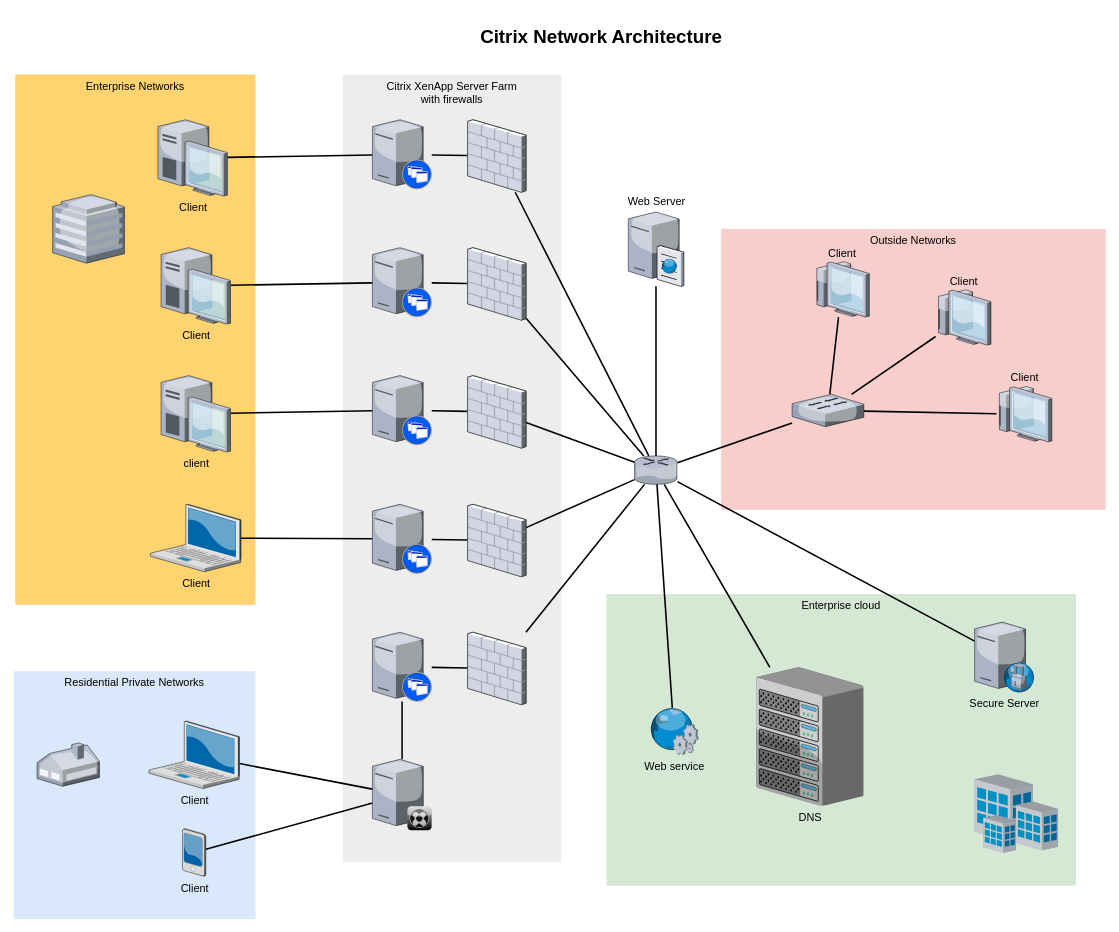
Above: Untitled Diagram.drawio in katieroseman/Project (draw.io), before the change. Source tidied: cells renumbered, new cells numbered last; positions are measured from the earlier drawing's top-left corner, leaving out a move shared by most shapes. Both pictures are drawn from the tidied source at 78%, with x=0, y=0 at pixel (13, 21).
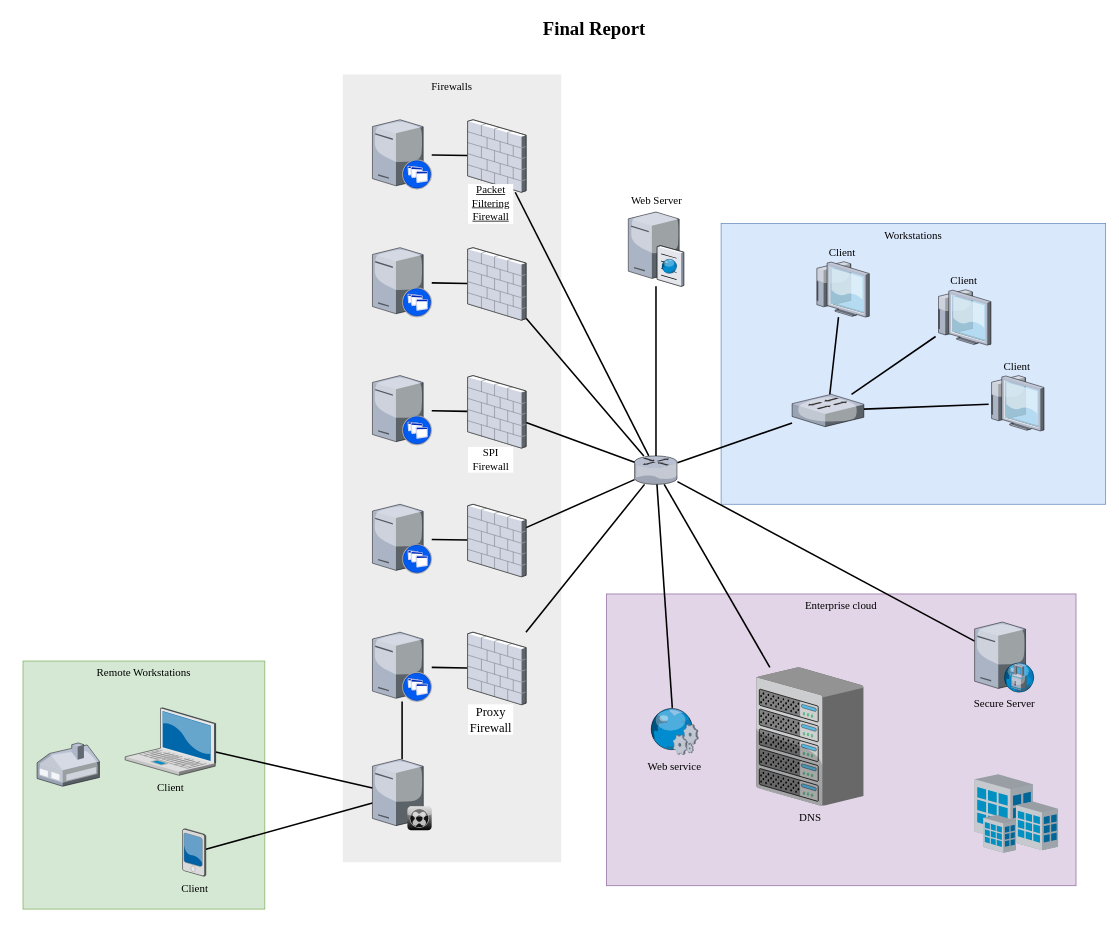
After the change.

The change refers to these unchanged cells:
```xml
<mxCell id="22" style="verticalLabelPosition=bottom;html=1;verticalAlign=top;strokeColor=none;shape=mxgraph.citrix.xenapp_server;fillColor=#66B2FF;gradientColor=#0066CC;fontSize=14;" parent="1" vertex="1">
  <mxGeometry x="460" y="619" width="76" height="89" as="geometry" />
</mxCell>
<mxCell id="24" style="verticalLabelPosition=bottom;html=1;verticalAlign=top;strokeColor=none;shape=mxgraph.citrix.xenapp_server;fillColor=#66B2FF;gradientColor=#0066CC;fontSize=14;" parent="1" vertex="1">
  <mxGeometry x="460" y="454" width="76" height="89" as="geometry" />
</mxCell>
<mxCell id="26" style="verticalLabelPosition=bottom;html=1;verticalAlign=top;strokeColor=none;shape=mxgraph.citrix.xenapp_server;fillColor=#66B2FF;gradientColor=#0066CC;fontSize=14;" parent="1" vertex="1">
  <mxGeometry x="460" y="290" width="76" height="89" as="geometry" />
</mxCell>
<mxCell id="28" style="verticalLabelPosition=bottom;html=1;verticalAlign=top;strokeColor=none;shape=mxgraph.citrix.xenapp_server;fillColor=#66B2FF;gradientColor=#0066CC;fontSize=14;" parent="1" vertex="1">
  <mxGeometry x="460" y="126" width="76" height="89" as="geometry" />
</mxCell>
```

What changed in the source:
```diff
@@
-    <mxCell id="2" value="Outside Networks" style="whiteSpace=wrap;html=1;fillColor=#f8cecc;fontSize=14;strokeColor=none;verticalAlign=top;" parent="1" vertex="1">
-      <mxGeometry x="907" y="266" width="493" height="360" as="geometry" />
+    <mxCell id="2" value="&lt;font face=&quot;Times New Roman&quot;&gt;Workstations&lt;/font&gt;" style="whiteSpace=wrap;html=1;fillColor=#dae8fc;fontSize=14;strokeColor=#6c8ebf;verticalAlign=top;" parent="1" vertex="1">
+      <mxGeometry x="907" y="259" width="493" height="360" as="geometry" />
     </mxCell>
-    <mxCell id="3" value="Enterprise cloud" style="whiteSpace=wrap;html=1;fillColor=#d5e8d4;fontSize=14;strokeColor=none;verticalAlign=top;" parent="1" vertex="1">
+    <mxCell id="3" value="&lt;font face=&quot;Times New Roman&quot;&gt;Enterprise cloud&lt;/font&gt;" style="whiteSpace=wrap;html=1;fillColor=#e1d5e7;fontSize=14;strokeColor=#9673a6;verticalAlign=top;" parent="1" vertex="1">
       <mxGeometry x="760" y="734" width="602" height="374" as="geometry" />
     </mxCell>
-    <mxCell id="4" value="Citrix XenApp Server Farm&lt;div&gt;with firewalls&lt;/div&gt;" style="whiteSpace=wrap;html=1;fillColor=#EDEDED;fontSize=14;strokeColor=none;verticalAlign=top;" parent="1" vertex="1">
+    <mxCell id="4" value="&lt;font face=&quot;Times New Roman&quot;&gt;Firewalls&lt;/font&gt;" style="whiteSpace=wrap;html=1;fillColor=#EDEDED;fontSize=14;strokeColor=none;verticalAlign=top;" parent="1" vertex="1">
       <mxGeometry x="422" y="68" width="280" height="1010" as="geometry" />
     </mxCell>
-    <mxCell id="5" value="Residential Private Networks" style="whiteSpace=wrap;html=1;fillColor=#dae8fc;fontSize=14;strokeColor=none;verticalAlign=top;" parent="1" vertex="1">
-      <mxGeometry y="833" width="310" height="318" as="geometry" />
+    <mxCell id="5" value="&lt;font face=&quot;Times New Roman&quot;&gt;Remote Workstations&lt;/font&gt;" style="whiteSpace=wrap;html=1;fillColor=#d5e8d4;fontSize=14;strokeColor=#82b366;verticalAlign=top;" parent="1" vertex="1">
+      <mxGeometry x="12" y="820" width="310" height="318" as="geometry" />
     </mxCell>
-    <mxCell id="6" value="Enterprise Networks" style="whiteSpace=wrap;html=1;fillColor=#FFD470;gradientColor=none;fontSize=14;strokeColor=none;verticalAlign=top;" parent="1" vertex="1">
-      <mxGeometry x="2" y="68" width="308" height="680" as="geometry" />
-    </mxCell>
@@
-    <mxCell id="8" value="Client" style="verticalLabelPosition=bottom;html=1;verticalAlign=top;strokeColor=none;shape=mxgraph.citrix.laptop_2;fillColor=#66B2FF;gradientColor=#0066CC;fontSize=14;" parent="1" vertex="1">
-      <mxGeometry x="173.5" y="897" width="116" height="86.5" as="geometry" />
+    <mxCell id="8" value="&lt;font face=&quot;Times New Roman&quot;&gt;Client&lt;/font&gt;" style="verticalLabelPosition=bottom;html=1;verticalAlign=top;strokeColor=none;shape=mxgraph.citrix.laptop_2;fillColor=#66B2FF;gradientColor=#0066CC;fontSize=14;" parent="1" vertex="1">
+      <mxGeometry x="143" y="880" width="116" height="86.5" as="geometry" />
     </mxCell>
-    <mxCell id="9" style="edgeStyle=none;rounded=0;html=1;startSize=10;endSize=10;jettySize=auto;fontSize=14;endArrow=none;endFill=0;strokeWidth=2;" parent="1" edge="1" source="10" target="22">
-      <mxGeometry relative="1" as="geometry" />
-    </mxCell>
-    <mxCell id="10" value="Client" style="verticalLabelPosition=bottom;html=1;verticalAlign=top;strokeColor=none;shape=mxgraph.citrix.laptop_2;fillColor=#66B2FF;gradientColor=#0066CC;fontSize=14;" parent="1" vertex="1">
-      <mxGeometry x="175.5" y="619" width="116" height="86.5" as="geometry" />
-    </mxCell>
-    <mxCell id="11" style="edgeStyle=none;rounded=0;html=1;startSize=10;endSize=10;jettySize=auto;fontSize=14;endArrow=none;endFill=0;strokeWidth=2;" parent="1" edge="1" source="12" target="24">
-      <mxGeometry relative="1" as="geometry" />
-    </mxCell>
-    <mxCell id="12" value="client" style="verticalLabelPosition=bottom;html=1;verticalAlign=top;strokeColor=none;shape=mxgraph.citrix.desktop;fillColor=#66B2FF;gradientColor=#0066CC;fontSize=14;" parent="1" vertex="1">
-      <mxGeometry x="189" y="454" width="89" height="98" as="geometry" />
-    </mxCell>
-    <mxCell id="13" style="edgeStyle=none;rounded=0;html=1;startSize=10;endSize=10;jettySize=auto;fontSize=14;endArrow=none;endFill=0;strokeWidth=2;" parent="1" edge="1" source="14" target="26">
-      <mxGeometry relative="1" as="geometry" />
-    </mxCell>
-    <mxCell id="14" value="Client" style="verticalLabelPosition=bottom;html=1;verticalAlign=top;strokeColor=none;shape=mxgraph.citrix.desktop;fillColor=#66B2FF;gradientColor=#0066CC;fontSize=14;" parent="1" vertex="1">
-      <mxGeometry x="189" y="290" width="89" height="98" as="geometry" />
-    </mxCell>
-    <mxCell id="15" style="edgeStyle=none;rounded=0;html=1;startSize=10;endSize=10;jettySize=auto;fontSize=14;endArrow=none;endFill=0;strokeWidth=2;" parent="1" edge="1" source="16" target="28">
-      <mxGeometry relative="1" as="geometry" />
-    </mxCell>
-    <mxCell id="16" value="Client" style="verticalLabelPosition=bottom;html=1;verticalAlign=top;strokeColor=none;shape=mxgraph.citrix.desktop;fillColor=#66B2FF;gradientColor=#0066CC;fontSize=14;" parent="1" vertex="1">
-      <mxGeometry x="185" y="126" width="89" height="98" as="geometry" />
-    </mxCell>
@@
-    <mxCell id="18" value="Client" style="verticalLabelPosition=bottom;html=1;verticalAlign=top;strokeColor=none;shape=mxgraph.citrix.pda;fillColor=#66B2FF;gradientColor=#0066CC;fontSize=14;" parent="1" vertex="1">
+    <mxCell id="18" value="&lt;font face=&quot;Times New Roman&quot;&gt;Client&lt;/font&gt;" style="verticalLabelPosition=bottom;html=1;verticalAlign=top;strokeColor=none;shape=mxgraph.citrix.pda;fillColor=#66B2FF;gradientColor=#0066CC;fontSize=14;" parent="1" vertex="1">
       <mxGeometry x="216.5" y="1035" width="30" height="61" as="geometry" />
     </mxCell>
@@
-    <mxCell id="33" style="verticalLabelPosition=bottom;html=1;verticalAlign=top;strokeColor=none;shape=mxgraph.citrix.router;fillColor=#66B2FF;gradientColor=#0066CC;fontSize=14;" parent="1" vertex="1">
+    <mxCell id="33" style="verticalLabelPosition=bottom;html=1;verticalAlign=top;strokeColor=none;shape=mxgraph.citrix.router;fillColor=#66B2FF;gradientColor=#0066CC;fontSize=14;fontFamily=Times New Roman;" parent="1" vertex="1">
       <mxGeometry x="796" y="557" width="55" height="36.5" as="geometry" />
     </mxCell>
@@
-    <mxCell id="36" value="Web Server" style="verticalLabelPosition=top;html=1;verticalAlign=bottom;strokeColor=none;shape=mxgraph.citrix.cache_server;fillColor=#66B2FF;gradientColor=#0066CC;fontSize=14;labelPosition=center;align=center;" parent="1" vertex="1">
+    <mxCell id="36" value="&lt;font face=&quot;Times New Roman&quot;&gt;Web Server&lt;/font&gt;" style="verticalLabelPosition=top;html=1;verticalAlign=bottom;strokeColor=none;shape=mxgraph.citrix.cache_server;fillColor=#66B2FF;gradientColor=#0066CC;fontSize=14;labelPosition=center;align=center;" parent="1" vertex="1">
       <mxGeometry x="788" y="242" width="71" height="97.5" as="geometry" />
     </mxCell>
-    <mxCell id="37" value="DNS" style="verticalLabelPosition=bottom;html=1;verticalAlign=top;strokeColor=none;shape=mxgraph.citrix.chassis;fillColor=#66B2FF;gradientColor=#0066CC;fontSize=14;" parent="1" vertex="1">
+    <mxCell id="37" value="&lt;font face=&quot;Times New Roman&quot;&gt;DNS&lt;/font&gt;" style="verticalLabelPosition=bottom;html=1;verticalAlign=top;strokeColor=none;shape=mxgraph.citrix.chassis;fillColor=#66B2FF;gradientColor=#0066CC;fontSize=14;" parent="1" vertex="1">
       <mxGeometry x="952" y="828" width="137.5" height="177.5" as="geometry" />
     </mxCell>
@@
-    <mxCell id="49" style="verticalLabelPosition=bottom;html=1;verticalAlign=top;strokeColor=none;shape=mxgraph.citrix.hq_enterprise;fillColor=#66B2FF;gradientColor=#0066CC;fontSize=14;" parent="1" vertex="1">
-      <mxGeometry x="50" y="222" width="92" height="88" as="geometry" />
-    </mxCell>
-    <mxCell id="50" value="Secure Server" style="verticalLabelPosition=bottom;html=1;verticalAlign=top;strokeColor=none;shape=mxgraph.citrix.proxy_server;fillColor=#66B2FF;gradientColor=#0066CC;fontSize=14;" parent="1" vertex="1">
+    <mxCell id="50" value="&lt;font face=&quot;Times New Roman&quot;&gt;Secure Server&lt;/font&gt;" style="verticalLabelPosition=bottom;html=1;verticalAlign=top;strokeColor=none;shape=mxgraph.citrix.proxy_server;fillColor=#66B2FF;gradientColor=#0066CC;fontSize=14;" parent="1" vertex="1">
       <mxGeometry x="1232" y="770" width="76.5" height="90" as="geometry" />
     </mxCell>
@@
-    <mxCell id="55" value="Client" style="verticalLabelPosition=top;html=1;verticalAlign=bottom;strokeColor=none;shape=mxgraph.citrix.thin_client;fillColor=#66B2FF;gradientColor=#0066CC;fontSize=14;labelPosition=center;align=center;" parent="1" vertex="1">
-      <mxGeometry x="1260" y="468" width="71" height="71" as="geometry" />
+    <mxCell id="55" value="&lt;font face=&quot;Times New Roman&quot;&gt;Client&lt;/font&gt;" style="verticalLabelPosition=top;html=1;verticalAlign=bottom;strokeColor=none;shape=mxgraph.citrix.thin_client;fillColor=#66B2FF;gradientColor=#0066CC;fontSize=14;labelPosition=center;align=center;" parent="1" vertex="1">
+      <mxGeometry x="1250" y="454" width="71" height="71" as="geometry" />
     </mxCell>
-    <mxCell id="56" value="Client" style="verticalLabelPosition=top;html=1;verticalAlign=bottom;strokeColor=none;shape=mxgraph.citrix.thin_client;fillColor=#66B2FF;gradientColor=#0066CC;fontSize=14;labelPosition=center;align=center;" parent="1" vertex="1">
+    <mxCell id="56" value="&lt;font face=&quot;Times New Roman&quot;&gt;Client&lt;/font&gt;" style="verticalLabelPosition=top;html=1;verticalAlign=bottom;strokeColor=none;shape=mxgraph.citrix.thin_client;fillColor=#66B2FF;gradientColor=#0066CC;fontSize=14;labelPosition=center;align=center;" parent="1" vertex="1">
       <mxGeometry x="1182" y="344" width="71" height="71" as="geometry" />
     </mxCell>
-    <mxCell id="57" value="Client" style="verticalLabelPosition=top;html=1;verticalAlign=bottom;strokeColor=none;shape=mxgraph.citrix.thin_client;fillColor=#66B2FF;gradientColor=#0066CC;fontSize=14;labelPosition=center;align=center;" parent="1" vertex="1">
+    <mxCell id="57" value="&lt;font face=&quot;Times New Roman&quot;&gt;Client&lt;/font&gt;" style="verticalLabelPosition=top;html=1;verticalAlign=bottom;strokeColor=none;shape=mxgraph.citrix.thin_client;fillColor=#66B2FF;gradientColor=#0066CC;fontSize=14;labelPosition=center;align=center;" parent="1" vertex="1">
       <mxGeometry x="1026" y="308" width="71" height="71" as="geometry" />
     </mxCell>
@@
-    <mxCell id="59" value="Web service" style="verticalLabelPosition=bottom;html=1;verticalAlign=top;strokeColor=none;shape=mxgraph.citrix.web_service;fillColor=#66B2FF;gradientColor=#0066CC;fontSize=14;" parent="1" vertex="1">
+    <mxCell id="59" value="&lt;font face=&quot;Times New Roman&quot;&gt;Web service&lt;/font&gt;" style="verticalLabelPosition=bottom;html=1;verticalAlign=top;strokeColor=none;shape=mxgraph.citrix.web_service;fillColor=#66B2FF;gradientColor=#0066CC;fontSize=14;" parent="1" vertex="1">
       <mxGeometry x="815" y="880" width="63" height="60" as="geometry" />
     </mxCell>
@@
-    <mxCell id="61" value="Citrix Network Architecture" style="text;strokeColor=none;fillColor=none;html=1;fontSize=24;fontStyle=1;verticalAlign=middle;align=center;" parent="1" vertex="1">
-      <mxGeometry x="322" width="861" height="40" as="geometry" />
+    <mxCell id="61" value="&lt;font face=&quot;Times New Roman&quot;&gt;Final Report&lt;/font&gt;" style="text;strokeColor=none;fillColor=none;html=1;fontSize=24;fontStyle=1;verticalAlign=middle;align=center;" parent="1" vertex="1">
+      <mxGeometry x="313" y="-10" width="861" height="40" as="geometry" />
     </mxCell>
+    <mxCell id="62" value="&lt;font size=&quot;1&quot; face=&quot;Times New Roman&quot;&gt;&lt;span style=&quot;font-size: 14px;&quot;&gt;Packet Filtering Firewall&lt;/span&gt;&lt;/font&gt;" style="text;html=1;strokeColor=none;fillColor=none;align=center;verticalAlign=middle;whiteSpace=wrap;rounded=0;fontStyle=4;labelBackgroundColor=default;" parent="1" vertex="1">
+      <mxGeometry x="582" y="219" width="60" height="30" as="geometry" />
+    </mxCell>
+    <mxCell id="63" value="&lt;font style=&quot;font-size: 14px;&quot; face=&quot;Times New Roman&quot;&gt;SPI Firewall&lt;/font&gt;" style="text;html=1;strokeColor=none;fillColor=none;align=center;verticalAlign=middle;whiteSpace=wrap;rounded=0;labelBackgroundColor=default;" parent="1" vertex="1">
+      <mxGeometry x="582" y="547" width="60" height="30" as="geometry" />
+    </mxCell>
+    <mxCell id="64" value="&lt;font style=&quot;font-size: 16px;&quot; face=&quot;Times New Roman&quot;&gt;Proxy Firewall&lt;/font&gt;" style="text;html=1;strokeColor=none;fillColor=none;align=center;verticalAlign=middle;whiteSpace=wrap;rounded=0;labelBackgroundColor=default;" parent="1" vertex="1">
+      <mxGeometry x="582" y="880" width="60" height="30" as="geometry" />
+    </mxCell>
```
